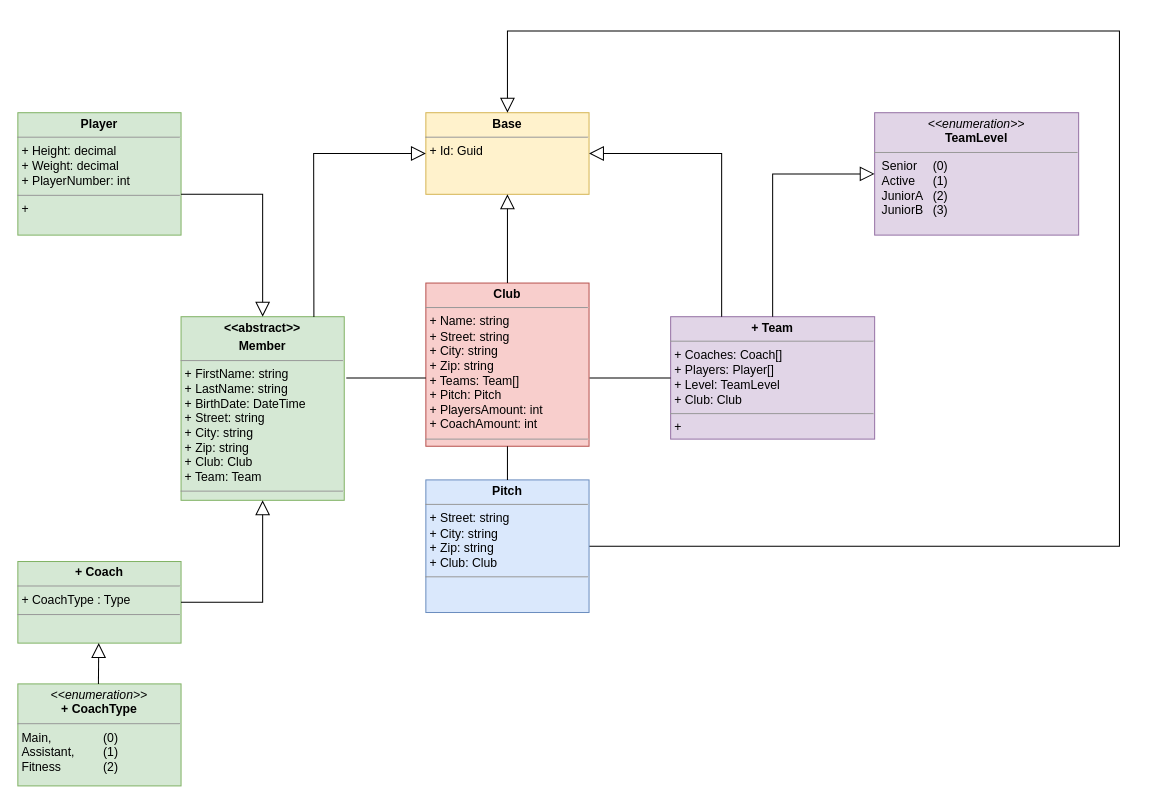
This is docs/Klassendiagramm.drawio from harismkhan/ClubManagement, a draw.io file, before an edit. Source tidied: cells renumbered, new cells numbered last; positions are measured from the earlier drawing's top-left corner, leaving out a move shared by most shapes. Both pictures are drawn from the tidied source at 102%, with x=0, y=0 at pixel (17, 31).
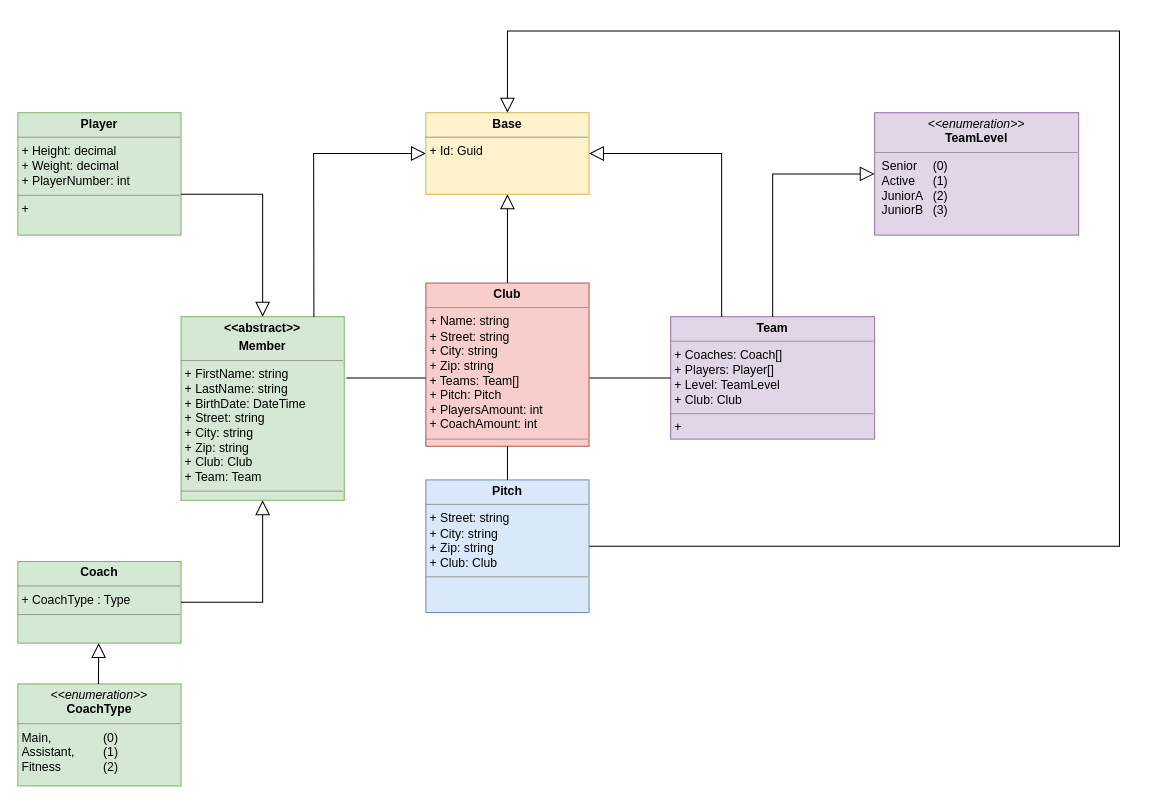
The same diagram, later.

Commit message (it also covers changes not shown here):
Removed the remaining overseen accessibility levels in the Class Diagram.

The edit, as a diff of the source:
```diff
@@
-    <mxCell id="3" value="&lt;p style=&quot;margin: 0px ; margin-top: 4px ; text-align: center&quot;&gt;&lt;b&gt;+ Team&lt;/b&gt;&lt;/p&gt;&lt;hr size=&quot;1&quot;&gt;&lt;p style=&quot;margin: 0px ; margin-left: 4px&quot;&gt;+ Coaches: Coach[]&lt;/p&gt;&lt;p style=&quot;margin: 0px ; margin-left: 4px&quot;&gt;+ Players: Player[]&lt;/p&gt;&lt;p style=&quot;margin: 0px ; margin-left: 4px&quot;&gt;&lt;span&gt;+ Level: TeamLevel&lt;/span&gt;&lt;br&gt;&lt;/p&gt;&lt;p style=&quot;margin: 0px ; margin-left: 4px&quot;&gt;&lt;span&gt;+ Club: Club&lt;/span&gt;&lt;/p&gt;&lt;hr size=&quot;1&quot;&gt;&lt;p style=&quot;margin: 0px ; margin-left: 4px&quot;&gt;+&amp;nbsp;&lt;/p&gt;" style="verticalAlign=top;align=left;overflow=fill;fontSize=12;fontFamily=Helvetica;html=1;fillColor=#e1d5e7;strokeColor=#9673a6;" parent="1" vertex="1">
+    <mxCell id="3" value="&lt;p style=&quot;margin: 0px ; margin-top: 4px ; text-align: center&quot;&gt;&lt;b&gt;Team&lt;/b&gt;&lt;/p&gt;&lt;hr size=&quot;1&quot;&gt;&lt;p style=&quot;margin: 0px ; margin-left: 4px&quot;&gt;+ Coaches: Coach[]&lt;/p&gt;&lt;p style=&quot;margin: 0px ; margin-left: 4px&quot;&gt;+ Players: Player[]&lt;/p&gt;&lt;p style=&quot;margin: 0px ; margin-left: 4px&quot;&gt;&lt;span&gt;+ Level: TeamLevel&lt;/span&gt;&lt;br&gt;&lt;/p&gt;&lt;p style=&quot;margin: 0px ; margin-left: 4px&quot;&gt;&lt;span&gt;+ Club: Club&lt;/span&gt;&lt;/p&gt;&lt;hr size=&quot;1&quot;&gt;&lt;p style=&quot;margin: 0px ; margin-left: 4px&quot;&gt;+&amp;nbsp;&lt;/p&gt;" style="verticalAlign=top;align=left;overflow=fill;fontSize=12;fontFamily=Helvetica;html=1;fillColor=#e1d5e7;strokeColor=#9673a6;" parent="1" vertex="1">
       <mxGeometry x="640" y="280" width="200" height="120" as="geometry" />
     </mxCell>
@@
-    <mxCell id="6" value="&lt;p style=&quot;margin: 0px ; margin-top: 4px ; text-align: center&quot;&gt;&lt;b&gt;+ Coach&lt;/b&gt;&lt;/p&gt;&lt;hr size=&quot;1&quot;&gt;&lt;p style=&quot;margin: 0px ; margin-left: 4px&quot;&gt;&lt;span&gt;+ CoachType : Type&amp;nbsp;&lt;/span&gt;&lt;br&gt;&lt;/p&gt;&lt;hr size=&quot;1&quot;&gt;&lt;p style=&quot;margin: 0px 0px 0px 4px&quot;&gt;&lt;br&gt;&lt;/p&gt;" style="verticalAlign=top;align=left;overflow=fill;fontSize=12;fontFamily=Helvetica;html=1;fillColor=#d5e8d4;strokeColor=#82b366;" parent="1" vertex="1">
+    <mxCell id="6" value="&lt;p style=&quot;margin: 0px ; margin-top: 4px ; text-align: center&quot;&gt;&lt;b&gt;Coach&lt;/b&gt;&lt;/p&gt;&lt;hr size=&quot;1&quot;&gt;&lt;p style=&quot;margin: 0px ; margin-left: 4px&quot;&gt;&lt;span&gt;+ CoachType : Type&amp;nbsp;&lt;/span&gt;&lt;br&gt;&lt;/p&gt;&lt;hr size=&quot;1&quot;&gt;&lt;p style=&quot;margin: 0px 0px 0px 4px&quot;&gt;&lt;br&gt;&lt;/p&gt;" style="verticalAlign=top;align=left;overflow=fill;fontSize=12;fontFamily=Helvetica;html=1;fillColor=#d5e8d4;strokeColor=#82b366;" parent="1" vertex="1">
       <mxGeometry y="520" width="160" height="80" as="geometry" />
     </mxCell>
@@
-    <mxCell id="8" value="&lt;p style=&quot;margin: 0px ; margin-top: 4px ; text-align: center&quot;&gt;&lt;i&gt;&amp;lt;&amp;lt;enumeration&amp;gt;&amp;gt;&lt;/i&gt;&lt;br&gt;&lt;b&gt;+ CoachType&lt;/b&gt;&lt;/p&gt;&lt;hr size=&quot;1&quot;&gt;&lt;p style=&quot;margin: 0px ; margin-left: 4px&quot;&gt;Main,&lt;span style=&quot;white-space: pre&quot;&gt;&#9;&lt;span style=&quot;white-space: pre&quot;&gt;&#9;&lt;/span&gt;&lt;/span&gt;(0)&lt;/p&gt;&lt;p style=&quot;margin: 0px ; margin-left: 4px&quot;&gt;Assistant,&lt;span style=&quot;white-space: pre&quot;&gt;&#9;&lt;/span&gt;(1)&lt;/p&gt;&lt;p style=&quot;margin: 0px ; margin-left: 4px&quot;&gt;Fitness&lt;span style=&quot;white-space: pre&quot;&gt;&#9;&lt;/span&gt;&lt;span style=&quot;white-space: pre&quot;&gt;&#9;&lt;/span&gt;(2)&lt;/p&gt;" style="verticalAlign=top;align=left;overflow=fill;fontSize=12;fontFamily=Helvetica;html=1;fillColor=#d5e8d4;strokeColor=#82b366;" parent="1" vertex="1">
+    <mxCell id="8" value="&lt;p style=&quot;margin: 0px ; margin-top: 4px ; text-align: center&quot;&gt;&lt;i&gt;&amp;lt;&amp;lt;enumeration&amp;gt;&amp;gt;&lt;/i&gt;&lt;br&gt;&lt;b&gt;CoachType&lt;/b&gt;&lt;/p&gt;&lt;hr size=&quot;1&quot;&gt;&lt;p style=&quot;margin: 0px ; margin-left: 4px&quot;&gt;Main,&lt;span style=&quot;white-space: pre&quot;&gt;&#9;&lt;span style=&quot;white-space: pre&quot;&gt;&#9;&lt;/span&gt;&lt;/span&gt;(0)&lt;/p&gt;&lt;p style=&quot;margin: 0px ; margin-left: 4px&quot;&gt;Assistant,&lt;span style=&quot;white-space: pre&quot;&gt;&#9;&lt;/span&gt;(1)&lt;/p&gt;&lt;p style=&quot;margin: 0px ; margin-left: 4px&quot;&gt;Fitness&lt;span style=&quot;white-space: pre&quot;&gt;&#9;&lt;/span&gt;&lt;span style=&quot;white-space: pre&quot;&gt;&#9;&lt;/span&gt;(2)&lt;/p&gt;" style="verticalAlign=top;align=left;overflow=fill;fontSize=12;fontFamily=Helvetica;html=1;fillColor=#d5e8d4;strokeColor=#82b366;" parent="1" vertex="1">
       <mxGeometry y="640" width="160" height="100" as="geometry" />
     </mxCell>
```
